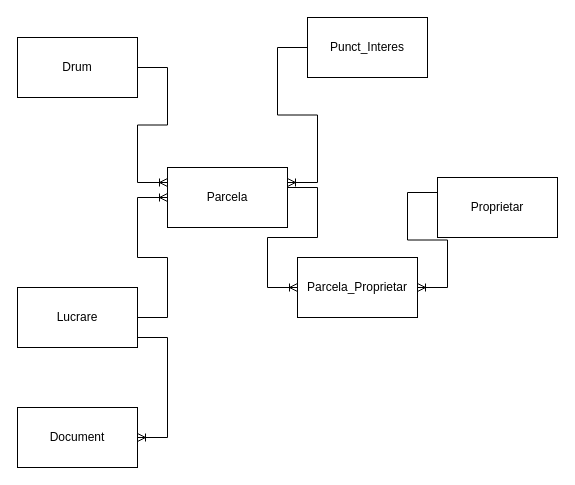
The draw.io diagram model_abstract.drawio in cristian19122001/examen_sem_II, before the edit. Source tidied: cells renumbered, new cells numbered last; positions are measured from the earlier drawing's top-left corner, leaving out a move shared by most shapes. Both pictures are drawn from the tidied source at 100%, with x=0, y=0 at pixel (17, 17).
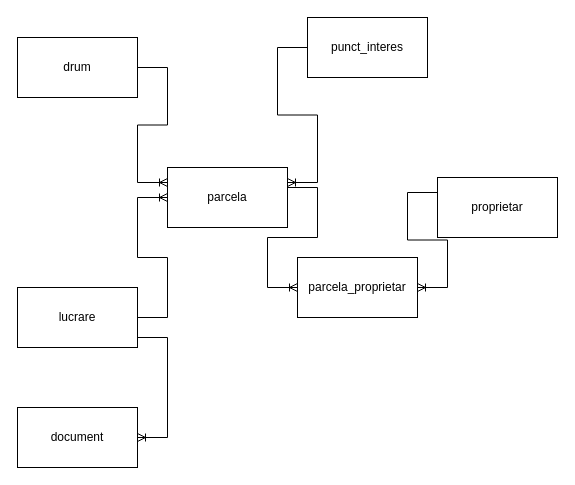
Above is the later version.

What changed in the source:
```diff
@@
 <mxGraphModel>
   <root>
     <mxCell id="0" />
     <mxCell id="1" parent="0" />
-    <mxCell id="2" value="Parcela" style="rounded=0;whiteSpace=wrap;html=1;" parent="1" vertex="1">
+    <mxCell id="2" value="parcela" style="rounded=0;whiteSpace=wrap;html=1;" parent="1" vertex="1">
       <mxGeometry x="150" y="150" width="120" height="60" as="geometry" />
     </mxCell>
-    <mxCell id="3" value="Proprietar" style="rounded=0;whiteSpace=wrap;html=1;" parent="1" vertex="1">
+    <mxCell id="3" value="proprietar" style="rounded=0;whiteSpace=wrap;html=1;" parent="1" vertex="1">
       <mxGeometry x="420" y="160" width="120" height="60" as="geometry" />
     </mxCell>
-    <mxCell id="4" value="Lucrare" style="rounded=0;whiteSpace=wrap;html=1;" parent="1" vertex="1">
+    <mxCell id="4" value="lucrare" style="rounded=0;whiteSpace=wrap;html=1;" parent="1" vertex="1">
       <mxGeometry y="270" width="120" height="60" as="geometry" />
     </mxCell>
-    <mxCell id="5" value="Document" style="rounded=0;whiteSpace=wrap;html=1;" parent="1" vertex="1">
+    <mxCell id="5" value="document" style="rounded=0;whiteSpace=wrap;html=1;" parent="1" vertex="1">
       <mxGeometry y="390" width="120" height="60" as="geometry" />
     </mxCell>
-    <mxCell id="6" value="Parcela_Proprietar" style="rounded=0;whiteSpace=wrap;html=1;" parent="1" vertex="1">
+    <mxCell id="6" value="parcela_proprietar" style="rounded=0;whiteSpace=wrap;html=1;" parent="1" vertex="1">
       <mxGeometry x="280" y="240" width="120" height="60" as="geometry" />
     </mxCell>
-    <mxCell id="7" value="Drum" style="rounded=0;whiteSpace=wrap;html=1;" parent="1" vertex="1">
+    <mxCell id="7" value="drum" style="rounded=0;whiteSpace=wrap;html=1;" parent="1" vertex="1">
       <mxGeometry y="20" width="120" height="60" as="geometry" />
     </mxCell>
-    <mxCell id="8" value="Punct_Interes" style="rounded=0;whiteSpace=wrap;html=1;" parent="1" vertex="1">
+    <mxCell id="8" value="punct_interes" style="rounded=0;whiteSpace=wrap;html=1;" parent="1" vertex="1">
       <mxGeometry x="290" width="120" height="60" as="geometry" />
     </mxCell>
     <mxCell id="9" style="edgeStyle=entityRelationEdgeStyle;fontSize=12;html=1;endArrow=ERoneToMany;rounded=0;entryX=0;entryY=0.5;entryDx=0;entryDy=0;" parent="1" edge="1" target="6">
       <mxGeometry relative="1" as="geometry">
         <mxPoint x="270" y="170" as="sourcePoint" />
       </mxGeometry>
     </mxCell>
     <mxCell id="10" style="edgeStyle=entityRelationEdgeStyle;fontSize=12;html=1;endArrow=ERoneToMany;rounded=0;entryX=1;entryY=0.5;entryDx=0;entryDy=0;exitX=0;exitY=0.25;exitDx=0;exitDy=0;" parent="1" edge="1" source="3" target="6">
       <mxGeometry relative="1" as="geometry" />
     </mxCell>
     <mxCell id="11" style="edgeStyle=entityRelationEdgeStyle;fontSize=12;html=1;endArrow=ERoneToMany;rounded=0;entryX=0;entryY=0.5;entryDx=0;entryDy=0;" parent="1" edge="1" target="2">
       <mxGeometry relative="1" as="geometry">
         <mxPoint x="120" y="300" as="sourcePoint" />
       </mxGeometry>
     </mxCell>
     <mxCell id="12" style="edgeStyle=entityRelationEdgeStyle;fontSize=12;html=1;endArrow=ERoneToMany;rounded=0;entryX=0;entryY=0.25;entryDx=0;entryDy=0;" parent="1" edge="1" target="2">
       <mxGeometry relative="1" as="geometry">
         <mxPoint x="120" y="50" as="sourcePoint" />
       </mxGeometry>
     </mxCell>
     <mxCell id="13" style="edgeStyle=entityRelationEdgeStyle;fontSize=12;html=1;endArrow=ERoneToMany;rounded=0;entryX=1;entryY=0.5;entryDx=0;entryDy=0;" parent="1" edge="1" target="5">
       <mxGeometry relative="1" as="geometry">
         <mxPoint x="120" y="320" as="sourcePoint" />
       </mxGeometry>
     </mxCell>
     <mxCell id="14" style="edgeStyle=entityRelationEdgeStyle;fontSize=12;html=1;endArrow=ERoneToMany;rounded=0;entryX=1;entryY=0.25;entryDx=0;entryDy=0;exitX=0;exitY=0.5;exitDx=0;exitDy=0;" parent="1" edge="1" source="8" target="2">
       <mxGeometry relative="1" as="geometry" />
     </mxCell>
   </root>
 </mxGraphModel>
```
